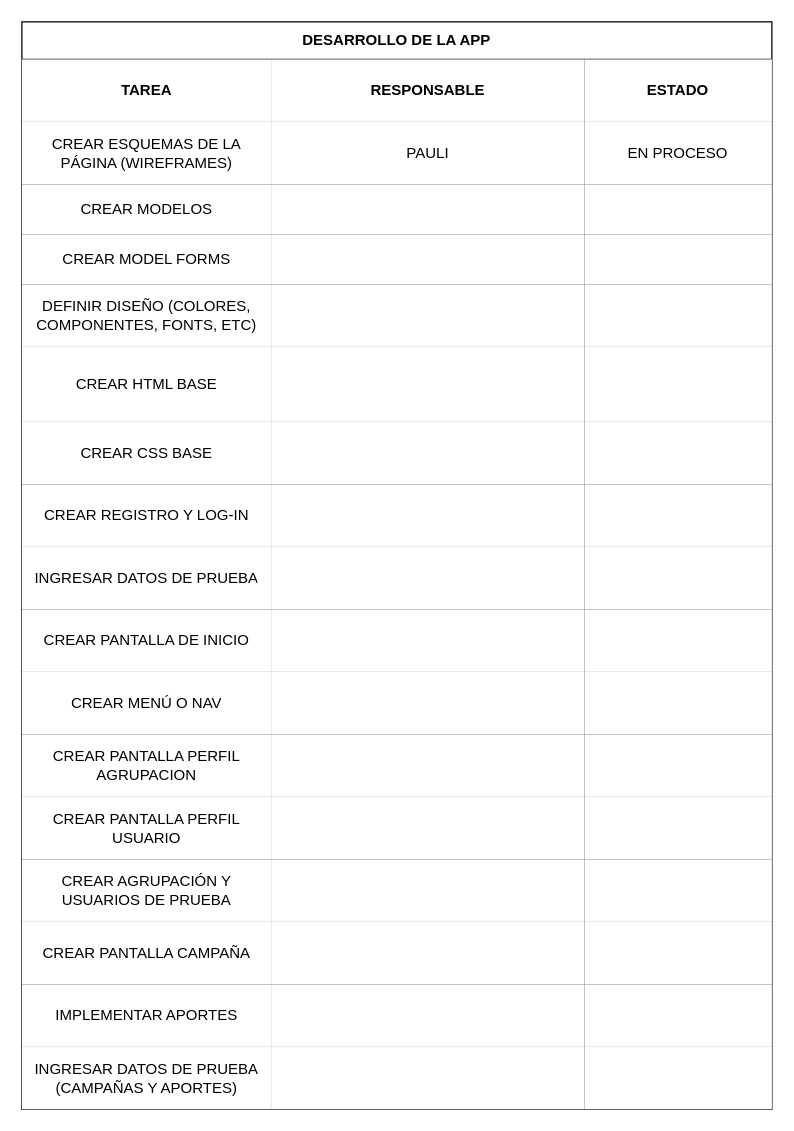
Before: proyecto_grupal/listado_tareas.drawio in pag0dy/proyecto_grupal, a draw.io diagram. Source tidied: cells renumbered, new cells numbered last; positions are measured from the earlier drawing's top-left corner, leaving out a move shared by most shapes. Both pictures are drawn from the tidied source at 125%, with x=0, y=0 at pixel (21, 21).
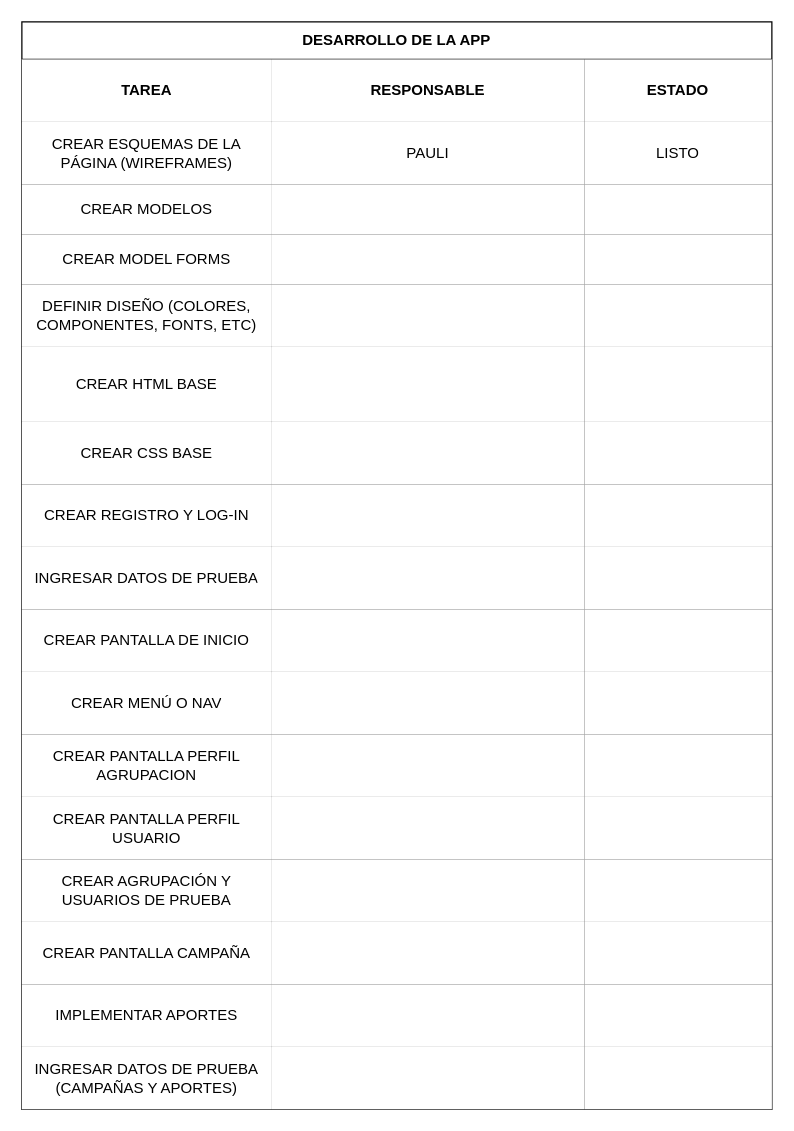
The same page after the edit.

Commit message (it also covers changes not shown here):
actualiza tareas

Unchanged cells that the change refers to:
```xml
<mxCell id="7" style="shape=partialRectangle;html=1;whiteSpace=wrap;fillColor=none;top=0;left=0;bottom=0;right=0;" parent="2" vertex="1">
  <mxGeometry y="80" width="600" height="50" as="geometry" />
</mxCell>
```

The edit, as a diff of the source:
```diff
@@
-    <mxCell id="10" value="EN PROCESO" style="shape=partialRectangle;html=1;whiteSpace=wrap;top=0;left=0;bottom=0;right=0;overflow=hidden;" parent="7" vertex="1">
+    <mxCell id="10" value="LISTO" style="shape=partialRectangle;html=1;whiteSpace=wrap;top=0;left=0;bottom=0;right=0;overflow=hidden;" parent="7" vertex="1">
       <mxGeometry x="450" width="150" height="50" as="geometry" />
     </mxCell>
```
